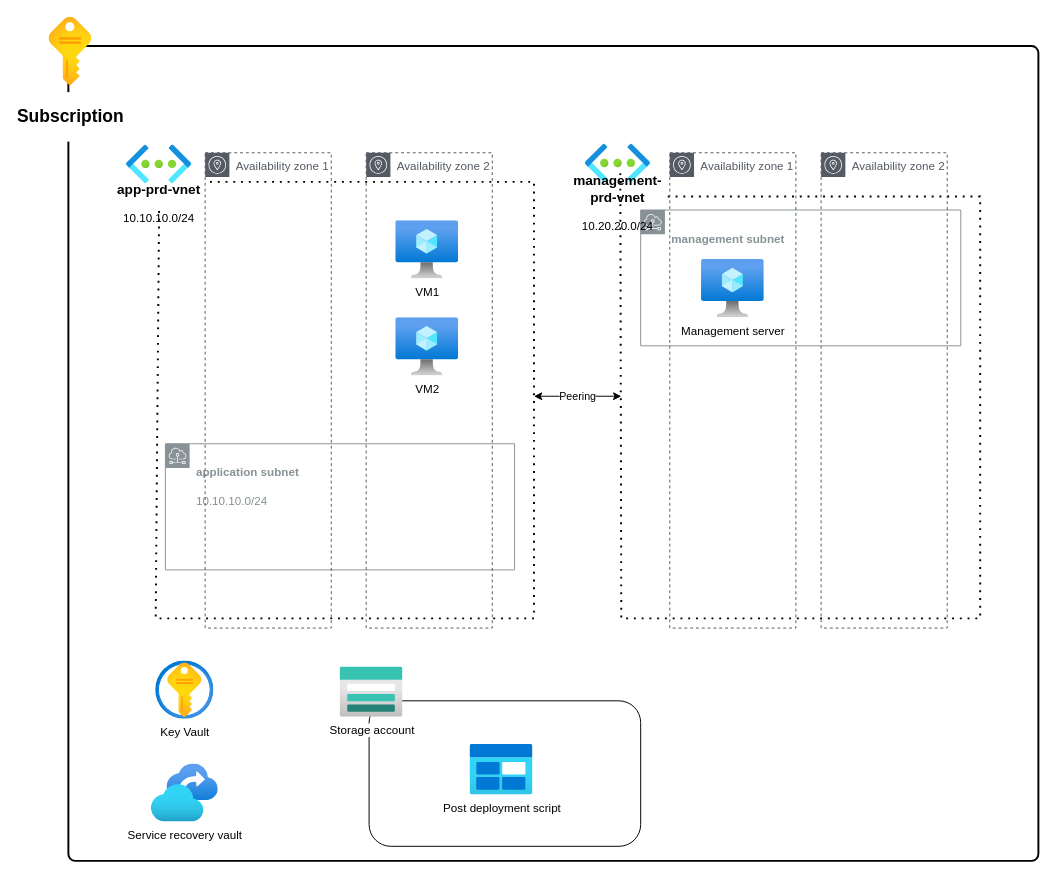
Before: 11-16_PRO-01/Ontwerp Diagram.drawio in techgrounds/techgrounds-JonBoers, a draw.io diagram. Source tidied: cells renumbered, new cells numbered last; positions are measured from the earlier drawing's top-left corner, leaving out a move shared by most shapes. Both pictures are drawn from the tidied source at 97%, with x=0, y=0 at pixel (48, 16).
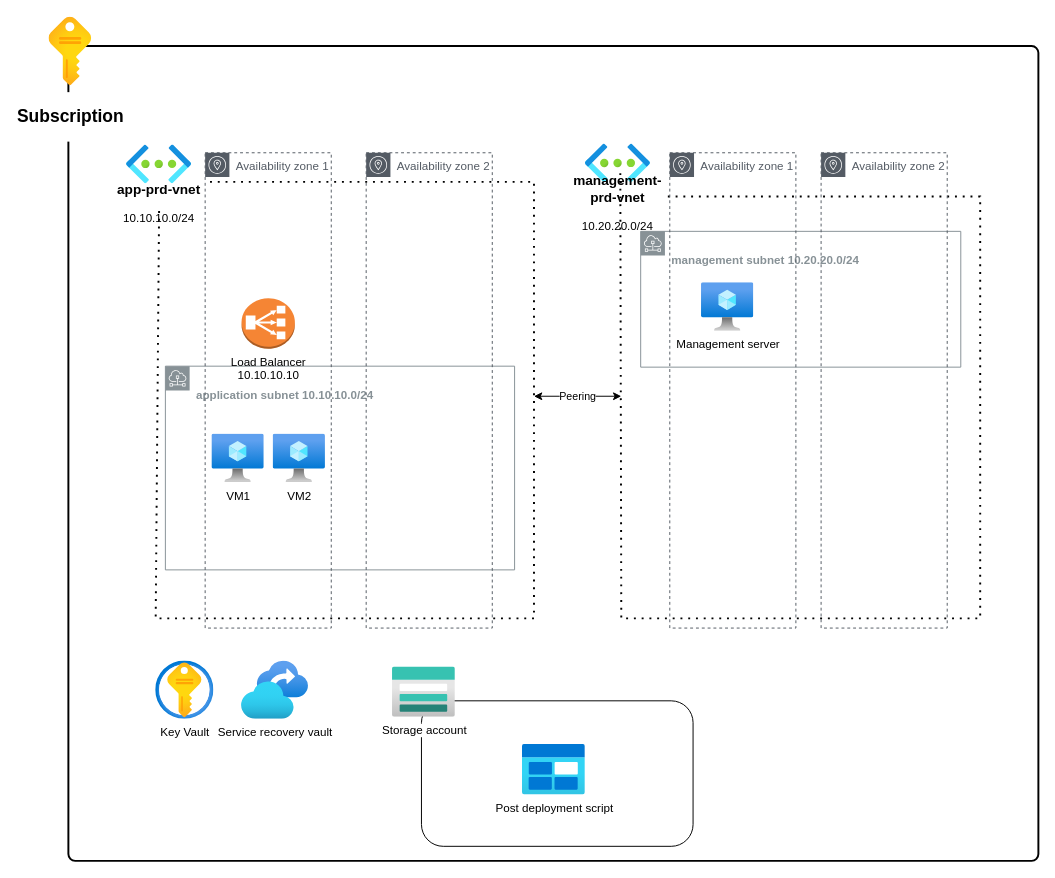
After the change.

The edit, as a diff of the source:
```diff
@@
-    <mxCell id="3" value="&lt;h4&gt;application subnet&lt;/h4&gt;&lt;div&gt;10.10.10.0/24&lt;/div&gt;" style="sketch=0;gradientColor=none;html=1;whiteSpace=wrap;fontSize=12;fontStyle=0;shape=mxgraph.aws4.group;grIcon=mxgraph.aws4.group_subnet;strokeColor=#879196;fillColor=none;verticalAlign=top;align=left;spacingLeft=30;fontColor=#879196;dashed=0;" parent="1" vertex="1">
-      <mxGeometry x="120" y="440" width="360" height="130" as="geometry" />
+    <mxCell id="3" value="&lt;h4&gt;application subnet 10.10.10.0/24&lt;/h4&gt;" style="sketch=0;gradientColor=none;html=1;whiteSpace=wrap;fontSize=12;fontStyle=0;shape=mxgraph.aws4.group;grIcon=mxgraph.aws4.group_subnet;strokeColor=#879196;fillColor=none;verticalAlign=top;align=left;spacingLeft=30;fontColor=#879196;dashed=0;" parent="1" vertex="1">
+      <mxGeometry x="120" y="360" width="360" height="210" as="geometry" />
     </mxCell>
@@
-    <mxCell id="5" value="&lt;h4&gt;management subnet&lt;/h4&gt;" style="sketch=0;gradientColor=none;html=1;whiteSpace=wrap;fontSize=12;fontStyle=0;shape=mxgraph.aws4.group;grIcon=mxgraph.aws4.group_subnet;strokeColor=#879196;fillColor=none;verticalAlign=top;align=left;spacingLeft=30;fontColor=#879196;dashed=0;" parent="1" vertex="1">
-      <mxGeometry x="610" y="199" width="330" height="140" as="geometry" />
+    <mxCell id="5" value="&lt;h4&gt;management subnet 10.20.20.0/24&lt;/h4&gt;" style="sketch=0;gradientColor=none;html=1;whiteSpace=wrap;fontSize=12;fontStyle=0;shape=mxgraph.aws4.group;grIcon=mxgraph.aws4.group_subnet;strokeColor=#879196;fillColor=none;verticalAlign=top;align=left;spacingLeft=30;fontColor=#879196;dashed=0;" parent="1" vertex="1">
+      <mxGeometry x="610" y="221" width="330" height="140" as="geometry" />
     </mxCell>
@@
     <mxCell id="19" value="Service recovery vault" style="image;html=1;align=center;fontSize=12;image=img/lib/azure2/migrate/Recovery_Services_Vaults.svg;" parent="1" vertex="1">
-      <mxGeometry x="105.5" y="770" width="69" height="60" as="geometry" />
+      <mxGeometry x="198.5" y="664" width="69" height="60" as="geometry" />
     </mxCell>
     <mxCell id="20" style="rounded=1;whiteSpace=wrap;html=1;" parent="1" vertex="1">
-      <mxGeometry x="330" y="705" width="280" height="150" as="geometry" />
+      <mxGeometry x="384" y="705" width="280" height="150" as="geometry" />
     </mxCell>
     <mxCell id="21" value="Post deployment script" style="image;html=1;align=center;fontSize=12;image=img/lib/azure2/general/Blob_Block.svg;" parent="1" vertex="1">
-      <mxGeometry x="434" y="750" width="65" height="52" as="geometry" />
+      <mxGeometry x="488" y="750" width="65" height="52" as="geometry" />
     </mxCell>
     <mxCell id="22" value="Storage account" style="image;html=1;align=center;fontSize=12;image=img/lib/azure2/storage/Storage_Accounts.svg;" parent="1" vertex="1">
-      <mxGeometry x="300" y="670" width="65" height="52" as="geometry" />
+      <mxGeometry x="354" y="670" width="65" height="52" as="geometry" />
     </mxCell>
     <mxCell id="23" value="VM1" style="image;html=1;align=center;fontSize=12;image=img/lib/azure2/compute/Virtual_Machine.svg;" parent="1" vertex="1">
-      <mxGeometry x="357.5" y="210" width="64.7" height="60" as="geometry" />
+      <mxGeometry x="168" y="430" width="53.9" height="50" as="geometry" />
     </mxCell>
     <mxCell id="24" value="VM2" style="image;html=1;align=center;fontSize=12;image=img/lib/azure2/compute/Virtual_Machine.svg;" parent="1" vertex="1">
-      <mxGeometry x="357.5" y="310" width="64.7" height="60" as="geometry" />
+      <mxGeometry x="231.1" y="430" width="53.9" height="50" as="geometry" />
     </mxCell>
     <mxCell id="25" value="Management server" style="image;html=1;align=center;fontSize=12;image=img/lib/azure2/compute/Virtual_Machine.svg;" parent="1" vertex="1">
-      <mxGeometry x="672.7" y="250" width="64.7" height="60" as="geometry" />
+      <mxGeometry x="672.7" y="274" width="53.9" height="50" as="geometry" />
     </mxCell>
+    <mxCell id="26" value="Load Balancer&lt;br&gt;10.10.10.10" style="dashed=0;verticalLabelPosition=bottom;verticalAlign=top;align=center;html=1;shape=mxgraph.aws3.classic_load_balancer;fillColor=#F58534;gradientColor=none;" parent="1" vertex="1">
+      <mxGeometry x="198.5" y="290" width="55" height="52" as="geometry" />
+    </mxCell>
```
